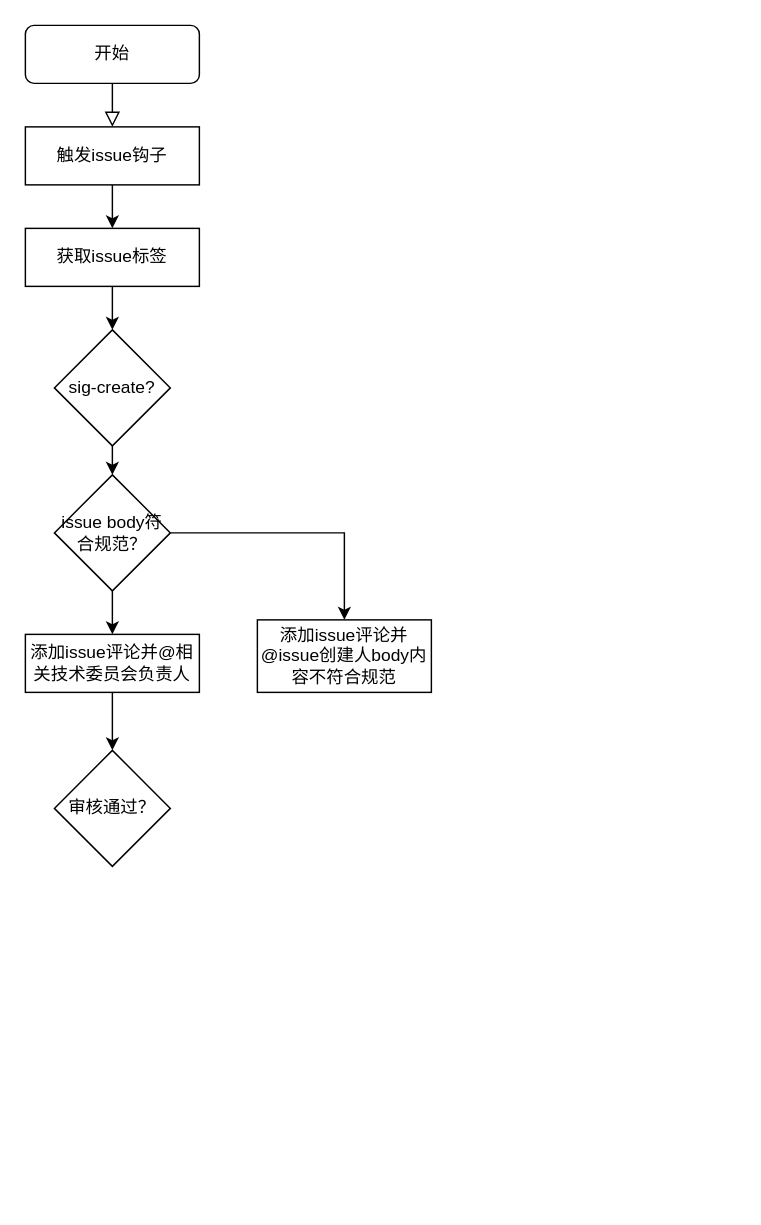
weijiang1994/draw-io keeps this draw.io diagram as Untitled Diagram.drawio. Above is the earlier version. Source tidied: cells renumbered, new cells numbered last; positions are measured from the earlier drawing's top-left corner, leaving out a move shared by most shapes. Both pictures are drawn from the tidied source at 145%, with x=0, y=0 at pixel (25, 25).
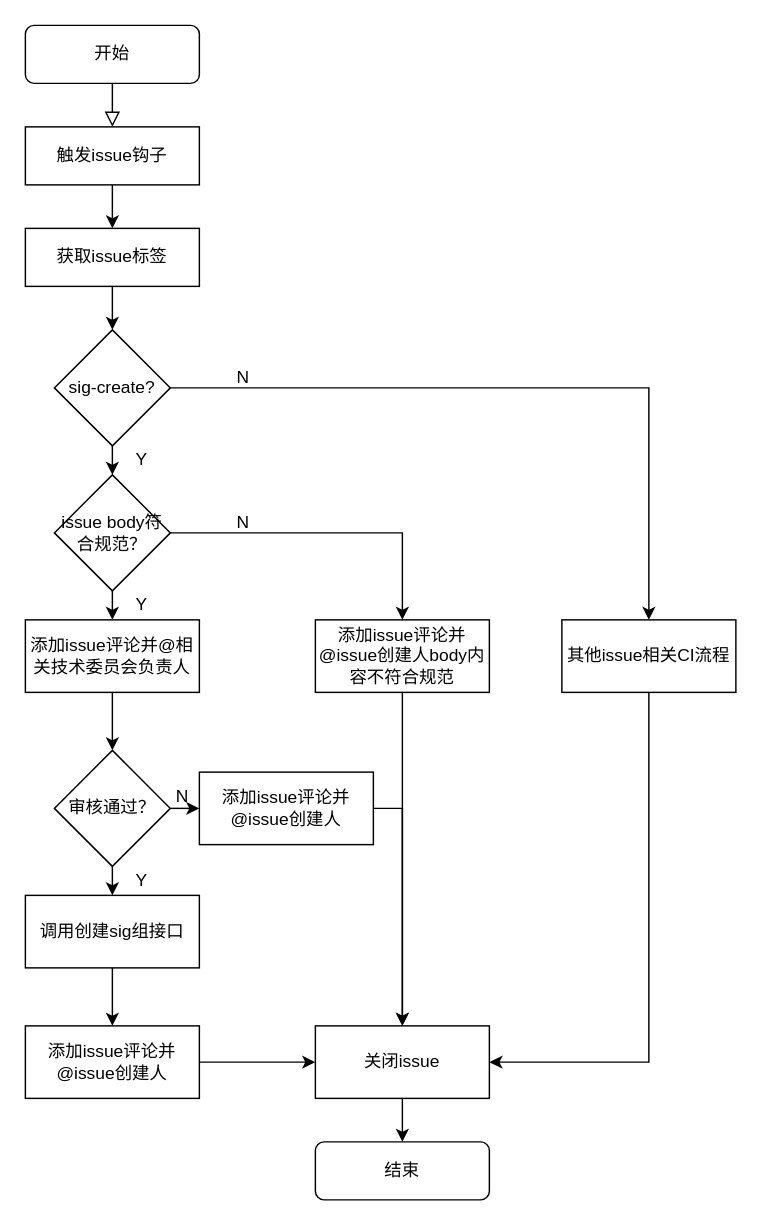
After the change.

Unchanged cells that the change refers to:
```xml
<mxCell id="9" value="sig-create?" style="rhombus;whiteSpace=wrap;html=1;" parent="1" vertex="1">
  <mxGeometry x="20" y="210" width="80" height="80" as="geometry" />
</mxCell>
<mxCell id="15" value="审核通过？" style="rhombus;whiteSpace=wrap;html=1;" parent="1" vertex="1">
  <mxGeometry x="20" y="500" width="80" height="80" as="geometry" />
</mxCell>
```

What changed in the source:
```diff
@@
+    <mxCell id="17" style="edgeStyle=orthogonalEdgeStyle;rounded=0;jettySize=auto;html=1;exitX=1;exitY=0.5;exitDx=0;exitDy=0;entryX=0.5;entryY=0;entryDx=0;entryDy=0;" parent="1" edge="1" source="9" target="28">
+      <mxGeometry relative="1" as="geometry" />
+    </mxCell>
@@
     <mxCell id="14" value="添加issue评论并@相关技术委员会负责人" style="rounded=0;whiteSpace=wrap;html=1;" parent="1" vertex="1">
-      <mxGeometry y="420" width="120" height="40" as="geometry" />
+      <mxGeometry y="410" width="120" height="50" as="geometry" />
     </mxCell>
+    <mxCell id="18" style="edgeStyle=orthogonalEdgeStyle;rounded=0;jettySize=auto;html=1;exitX=0.5;exitY=1;exitDx=0;exitDy=0;entryX=0.5;entryY=0;entryDx=0;entryDy=0;" parent="1" edge="1" source="15" target="24">
+      <mxGeometry relative="1" as="geometry" />
+    </mxCell>
+    <mxCell id="19" style="edgeStyle=orthogonalEdgeStyle;rounded=0;jettySize=auto;html=1;exitX=1;exitY=0.5;exitDx=0;exitDy=0;entryX=0;entryY=0.5;entryDx=0;entryDy=0;" parent="1" edge="1" source="15" target="36">
+      <mxGeometry relative="1" as="geometry" />
+    </mxCell>
@@
+    <mxCell id="20" style="edgeStyle=orthogonalEdgeStyle;rounded=0;jettySize=auto;html=1;exitX=0.5;exitY=1;exitDx=0;exitDy=0;entryX=0.5;entryY=0;entryDx=0;entryDy=0;" parent="1" edge="1" source="16" target="22">
+      <mxGeometry relative="1" as="geometry" />
+    </mxCell>
     <mxCell id="16" value="添加issue评论并@issue创建人body内容不符合规范" style="rounded=0;whiteSpace=wrap;html=1;" parent="1" vertex="1">
-      <mxGeometry x="160" y="410" width="120" height="50" as="geometry" />
+      <mxGeometry x="200" y="410" width="120" height="50" as="geometry" />
     </mxCell>
+    <mxCell id="21" style="edgeStyle=orthogonalEdgeStyle;rounded=0;jettySize=auto;html=1;exitX=0.5;exitY=1;exitDx=0;exitDy=0;entryX=0.5;entryY=0;entryDx=0;entryDy=0;" parent="1" edge="1" source="22" target="29">
+      <mxGeometry relative="1" as="geometry" />
+    </mxCell>
+    <mxCell id="22" value="关闭issue" style="rounded=0;whiteSpace=wrap;html=1;" parent="1" vertex="1">
+      <mxGeometry x="200" y="690" width="120" height="50" as="geometry" />
+    </mxCell>
+    <mxCell id="23" style="edgeStyle=orthogonalEdgeStyle;rounded=0;jettySize=auto;html=1;exitX=0.5;exitY=1;exitDx=0;exitDy=0;entryX=0.5;entryY=0;entryDx=0;entryDy=0;" parent="1" edge="1" source="24" target="26">
+      <mxGeometry relative="1" as="geometry" />
+    </mxCell>
+    <mxCell id="24" value="调用创建sig组接口" style="rounded=0;whiteSpace=wrap;html=1;" parent="1" vertex="1">
+      <mxGeometry y="600" width="120" height="50" as="geometry" />
+    </mxCell>
+    <mxCell id="25" style="edgeStyle=orthogonalEdgeStyle;rounded=0;jettySize=auto;html=1;exitX=1;exitY=0.5;exitDx=0;exitDy=0;" parent="1" edge="1" source="26" target="22">
+      <mxGeometry relative="1" as="geometry" />
+    </mxCell>
+    <mxCell id="26" value="添加issue评论并@issue创建人" style="rounded=0;whiteSpace=wrap;html=1;" parent="1" vertex="1">
+      <mxGeometry y="690" width="120" height="50" as="geometry" />
+    </mxCell>
+    <mxCell id="27" style="edgeStyle=orthogonalEdgeStyle;rounded=0;jettySize=auto;html=1;exitX=0.5;exitY=1;exitDx=0;exitDy=0;entryX=1;entryY=0.5;entryDx=0;entryDy=0;" parent="1" edge="1" source="28" target="22">
+      <mxGeometry relative="1" as="geometry" />
+    </mxCell>
+    <mxCell id="28" value="其他issue相关CI流程" style="rounded=0;whiteSpace=wrap;html=1;" parent="1" vertex="1">
+      <mxGeometry x="370" y="410" width="120" height="50" as="geometry" />
+    </mxCell>
+    <mxCell id="29" value="结束" style="rounded=1;whiteSpace=wrap;html=1;fontSize=12;glass=0;strokeWidth=1;shadow=0;" parent="1" vertex="1">
+      <mxGeometry x="200" y="770" width="120" height="40" as="geometry" />
+    </mxCell>
+    <mxCell id="30" value="Y" style="text;html=1;align=center;verticalAlign=middle;strokeColor=none;fillColor=none;" parent="1" vertex="1">
+      <mxGeometry x="70" y="290" width="20" height="20" as="geometry" />
+    </mxCell>
+    <mxCell id="31" value="Y" style="text;html=1;align=center;verticalAlign=middle;strokeColor=none;fillColor=none;" parent="1" vertex="1">
+      <mxGeometry x="70" y="390" width="20" height="20" as="geometry" />
+    </mxCell>
+    <mxCell id="32" value="Y" style="text;html=1;align=center;verticalAlign=middle;strokeColor=none;fillColor=none;" parent="1" vertex="1">
+      <mxGeometry x="70" y="580" width="20" height="20" as="geometry" />
+    </mxCell>
+    <mxCell id="33" value="N" style="text;html=1;align=center;verticalAlign=middle;strokeColor=none;fillColor=none;" parent="1" vertex="1">
+      <mxGeometry x="140" y="233" width="20" height="20" as="geometry" />
+    </mxCell>
+    <mxCell id="34" value="N" style="text;html=1;align=center;verticalAlign=middle;strokeColor=none;fillColor=none;" parent="1" vertex="1">
+      <mxGeometry x="140" y="333" width="20" height="20" as="geometry" />
+    </mxCell>
+    <mxCell id="35" style="edgeStyle=orthogonalEdgeStyle;rounded=0;jettySize=auto;html=1;exitX=1;exitY=0.5;exitDx=0;exitDy=0;entryX=0.5;entryY=0;entryDx=0;entryDy=0;" parent="1" edge="1" source="36" target="22">
+      <mxGeometry relative="1" as="geometry" />
+    </mxCell>
+    <mxCell id="36" value="添加issue评论并@issue创建人" style="rounded=0;whiteSpace=wrap;html=1;" parent="1" vertex="1">
+      <mxGeometry x="120" y="515" width="120" height="50" as="geometry" />
+    </mxCell>
+    <mxCell id="37" value="N" style="text;html=1;align=center;verticalAlign=middle;strokeColor=none;fillColor=none;" parent="1" vertex="1">
+      <mxGeometry x="98" y="522" width="20" height="20" as="geometry" />
+    </mxCell>
```
